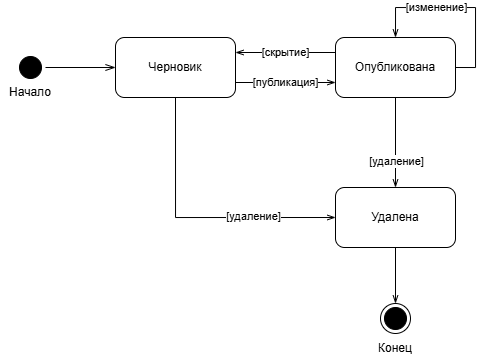
Earlier version of the draw.io export lab3/diagrams/Diagrams-StateMachine.drawio.png (Silvarious9862/jcrpo). Source tidied: cells renumbered, new cells last; positions are measured from the earlier drawing's top-left corner, leaving out a move shared by most shapes. Its diagram source:
```xml
<mxGraphModel>
  <root>
    <mxCell id="0" />
    <mxCell id="1" parent="0" />
    <mxCell id="2" style="ellipse;html=1;shape=startState;fillColor=#000000;strokeColor=#000000;direction=west;" parent="1" vertex="1">
      <mxGeometry x="15" y="45" width="30" height="30" as="geometry" />
    </mxCell>
    <mxCell id="3" style="edgeStyle=orthogonalEdgeStyle;html=1;verticalAlign=bottom;endArrow=openThin;endSize=8;strokeColor=#000000;rounded=0;endFill=0;" parent="1" edge="1" source="2" target="6">
      <mxGeometry relative="1" as="geometry" />
    </mxCell>
    <mxCell id="4" style="edgeStyle=orthogonalEdgeStyle;rounded=0;jettySize=auto;html=1;exitX=0.5;exitY=1;exitDx=0;exitDy=0;entryX=0;entryY=0.5;entryDx=0;entryDy=0;endArrow=openThin;endFill=0;" parent="1" edge="1" source="6" target="11">
      <mxGeometry relative="1" as="geometry" />
    </mxCell>
    <mxCell id="5" value="[удаление]" style="edgeLabel;html=1;align=center;verticalAlign=middle;" parent="4" vertex="1">
      <mxGeometry x="0.41" y="1" relative="1" as="geometry" />
    </mxCell>
    <mxCell id="6" value="Черновик" style="rounded=1;whiteSpace=wrap;html=1;" parent="1" vertex="1">
      <mxGeometry x="115" y="30" width="120" height="60" as="geometry" />
    </mxCell>
    <mxCell id="7" style="edgeStyle=orthogonalEdgeStyle;rounded=0;jettySize=auto;html=1;exitX=0;exitY=0.25;exitDx=0;exitDy=0;entryX=1;entryY=0.25;entryDx=0;entryDy=0;endArrow=openThin;endFill=0;" parent="1" edge="1" source="9" target="6">
      <mxGeometry relative="1" as="geometry" />
    </mxCell>
    <mxCell id="8" value="[скрытие]" style="edgeLabel;html=1;align=center;verticalAlign=middle;" parent="7" vertex="1">
      <mxGeometry x="0.28" y="-1" relative="1" as="geometry">
        <mxPoint x="14" y="1" as="offset" />
      </mxGeometry>
    </mxCell>
    <mxCell id="9" value="Опубликована" style="rounded=1;whiteSpace=wrap;html=1;" parent="1" vertex="1">
      <mxGeometry x="335" y="30" width="120" height="60" as="geometry" />
    </mxCell>
    <mxCell id="10" style="edgeStyle=orthogonalEdgeStyle;rounded=0;jettySize=auto;html=1;endArrow=openThin;endFill=0;" parent="1" edge="1" source="11" target="14">
      <mxGeometry relative="1" as="geometry" />
    </mxCell>
    <mxCell id="11" value="Удалена" style="rounded=1;whiteSpace=wrap;html=1;" parent="1" vertex="1">
      <mxGeometry x="335" y="180" width="120" height="60" as="geometry" />
    </mxCell>
    <mxCell id="12" value="Начало" style="text;html=1;whiteSpace=wrap;strokeColor=none;fillColor=none;align=center;verticalAlign=middle;rounded=0;" parent="1" vertex="1">
      <mxGeometry y="70" width="60" height="30" as="geometry" />
    </mxCell>
    <mxCell id="13" style="group;" parent="1" vertex="1">
      <mxGeometry x="365" y="296" width="60" height="60" as="geometry" />
    </mxCell>
    <mxCell id="14" style="ellipse;html=1;shape=endState;fillColor=#000000;strokeColor=#000000;" parent="13" vertex="1">
      <mxGeometry x="15" width="30" height="30" as="geometry" />
    </mxCell>
    <mxCell id="15" value="Конец" style="text;html=1;whiteSpace=wrap;strokeColor=none;fillColor=none;align=center;verticalAlign=middle;rounded=0;" parent="13" vertex="1">
      <mxGeometry y="30" width="60" height="30" as="geometry" />
    </mxCell>
    <mxCell id="16" style="endArrow=openThin;html=1;rounded=0;endFill=0;exitX=1;exitY=0.75;exitDx=0;exitDy=0;entryX=0;entryY=0.75;entryDx=0;entryDy=0;" parent="1" edge="1" source="6" target="9">
      <mxGeometry relative="1" as="geometry" />
    </mxCell>
    <mxCell id="17" value="[публикация]" style="edgeLabel;html=1;align=center;verticalAlign=middle;" parent="16" vertex="1">
      <mxGeometry x="0.25" y="-2" relative="1" as="geometry">
        <mxPoint x="-12" y="-2" as="offset" />
      </mxGeometry>
    </mxCell>
    <mxCell id="18" style="edgeStyle=orthogonalEdgeStyle;rounded=0;orthogonalLoop=1;jettySize=auto;html=1;exitX=1;exitY=0.5;exitDx=0;exitDy=0;entryX=0.5;entryY=0;entryDx=0;entryDy=0;endArrow=openThin;endFill=0;" parent="1" edge="1" source="9" target="9">
      <mxGeometry relative="1" as="geometry">
        <Array as="points">
          <mxPoint x="475" y="60" />
          <mxPoint x="475" />
          <mxPoint x="395" />
        </Array>
      </mxGeometry>
    </mxCell>
    <mxCell id="19" value="[изменение]" style="edgeLabel;html=1;align=center;verticalAlign=middle;" parent="18" vertex="1">
      <mxGeometry x="0.41" y="1" relative="1" as="geometry">
        <mxPoint x="14" y="-1" as="offset" />
      </mxGeometry>
    </mxCell>
    <mxCell id="20" style="edgeStyle=orthogonalEdgeStyle;rounded=0;jettySize=auto;html=1;exitX=0.5;exitY=1;exitDx=0;exitDy=0;entryX=0.5;entryY=0;entryDx=0;entryDy=0;endArrow=openThin;endFill=0;" parent="1" edge="1" source="9" target="11">
      <mxGeometry relative="1" as="geometry" />
    </mxCell>
    <mxCell id="21" value="[удаление]" style="edgeLabel;html=1;align=center;verticalAlign=middle;" parent="20" vertex="1">
      <mxGeometry x="0.41" y="1" relative="1" as="geometry" />
    </mxCell>
  </root>
</mxGraphModel>
```
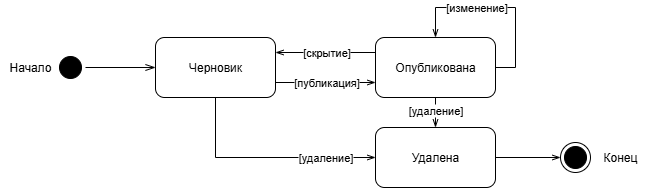
After the change.

Diff of the diagram source:
```diff
@@ -12,7 +12,9 @@
       <mxGeometry relative="1" as="geometry" />
     </mxCell>
     <mxCell id="5" value="[удаление]" style="edgeLabel;html=1;align=center;verticalAlign=middle;" parent="4" vertex="1">
-      <mxGeometry x="0.41" y="1" relative="1" as="geometry" />
+      <mxGeometry x="0.41" y="1" relative="1" as="geometry">
+        <mxPoint x="15" y="1" as="offset" />
+      </mxGeometry>
     </mxCell>
     <mxCell id="6" value="Черновик" style="rounded=1;whiteSpace=wrap;html=1;" parent="1" vertex="1">
       <mxGeometry x="115" y="30" width="120" height="60" as="geometry" />
@@ -32,20 +34,11 @@
       <mxGeometry relative="1" as="geometry" />
     </mxCell>
     <mxCell id="11" value="Удалена" style="rounded=1;whiteSpace=wrap;html=1;" parent="1" vertex="1">
-      <mxGeometry x="335" y="180" width="120" height="60" as="geometry" />
+      <mxGeometry x="335" y="120" width="120" height="60" as="geometry" />
     </mxCell>
     <mxCell id="12" value="Начало" style="text;html=1;whiteSpace=wrap;strokeColor=none;fillColor=none;align=center;verticalAlign=middle;rounded=0;" parent="1" vertex="1">
-      <mxGeometry y="70" width="60" height="30" as="geometry" />
+      <mxGeometry x="-40" y="45" width="60" height="30" as="geometry" />
     </mxCell>
-    <mxCell id="13" style="group;" parent="1" vertex="1">
-      <mxGeometry x="365" y="296" width="60" height="60" as="geometry" />
-    </mxCell>
-    <mxCell id="14" style="ellipse;html=1;shape=endState;fillColor=#000000;strokeColor=#000000;" parent="13" vertex="1">
-      <mxGeometry x="15" width="30" height="30" as="geometry" />
-    </mxCell>
-    <mxCell id="15" value="Конец" style="text;html=1;whiteSpace=wrap;strokeColor=none;fillColor=none;align=center;verticalAlign=middle;rounded=0;" parent="13" vertex="1">
-      <mxGeometry y="30" width="60" height="30" as="geometry" />
-    </mxCell>
     <mxCell id="16" style="endArrow=openThin;html=1;rounded=0;endFill=0;exitX=1;exitY=0.75;exitDx=0;exitDy=0;entryX=0;entryY=0.75;entryDx=0;entryDy=0;" parent="1" edge="1" source="6" target="9">
       <mxGeometry relative="1" as="geometry" />
     </mxCell>
@@ -72,7 +65,15 @@
       <mxGeometry relative="1" as="geometry" />
     </mxCell>
     <mxCell id="21" value="[удаление]" style="edgeLabel;html=1;align=center;verticalAlign=middle;" parent="20" vertex="1">
-      <mxGeometry x="0.41" y="1" relative="1" as="geometry" />
+      <mxGeometry x="0.41" y="1" relative="1" as="geometry">
+        <mxPoint x="-1" y="-9" as="offset" />
+      </mxGeometry>
     </mxCell>
+    <mxCell id="15" value="Конец" style="text;html=1;whiteSpace=wrap;strokeColor=none;fillColor=none;align=center;verticalAlign=middle;rounded=0;" parent="1" vertex="1">
+      <mxGeometry x="550" y="135" width="60" height="30" as="geometry" />
+    </mxCell>
+    <mxCell id="14" style="ellipse;html=1;shape=endState;fillColor=#000000;strokeColor=#000000;" parent="1" vertex="1">
+      <mxGeometry x="520" y="135" width="30" height="30" as="geometry" />
+    </mxCell>
   </root>
 </mxGraphModel>
```
